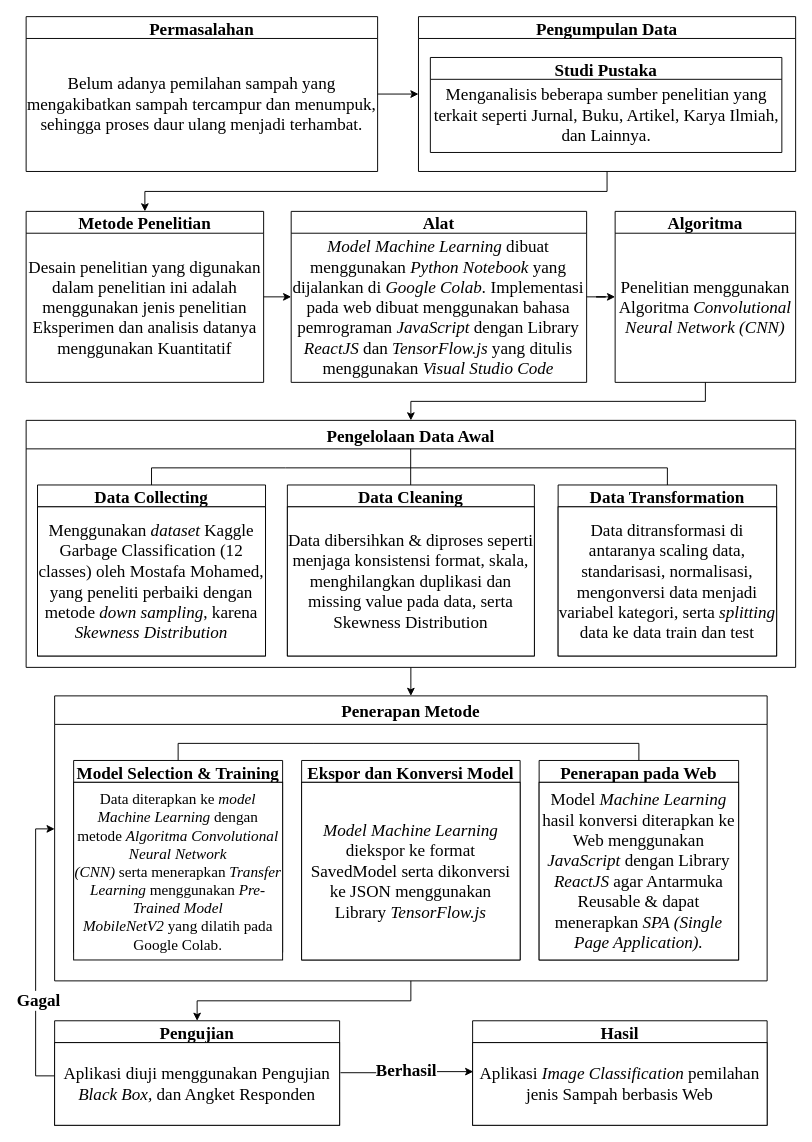
The draw.io diagram mindmap setelah sempro.drawio in virgiawankusuma/drawio-archive-skripsi, before the edit. Source tidied: cells renumbered, new cells numbered last; positions are measured from the earlier drawing's top-left corner, leaving out a move shared by most shapes. Both pictures are drawn from the tidied source at 95%, with x=0, y=0 at pixel (26, 16).
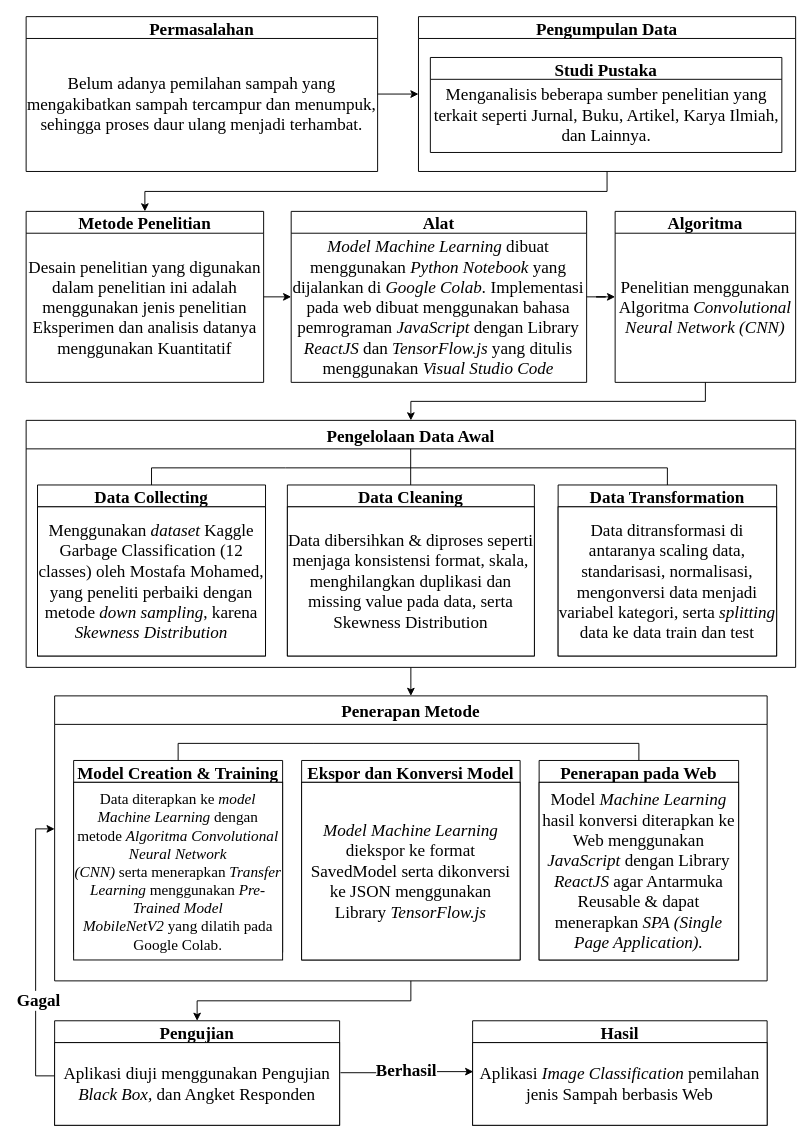
Above is the later version.

Unchanged cells that the change refers to:
```xml
<mxCell id="20" value="Penerapan Metode" style="swimlane;fontFamily=Times New Roman;fontSize=18;startSize=30;" parent="1" vertex="1">
  <mxGeometry x="30" y="715" width="750" height="300" as="geometry" />
</mxCell>
```

The edit, as a diff of the source:
```diff
@@
-    <mxCell id="21" value="Model Selection &amp; Training" style="swimlane;fontFamily=Times New Roman;fontSize=18;" parent="20" vertex="1">
+    <mxCell id="21" value="Model Creation &amp; Training" style="swimlane;fontFamily=Times New Roman;fontSize=18;" parent="20" vertex="1">
       <mxGeometry x="20" y="68" width="220" height="202" as="geometry" />
     </mxCell>
```
